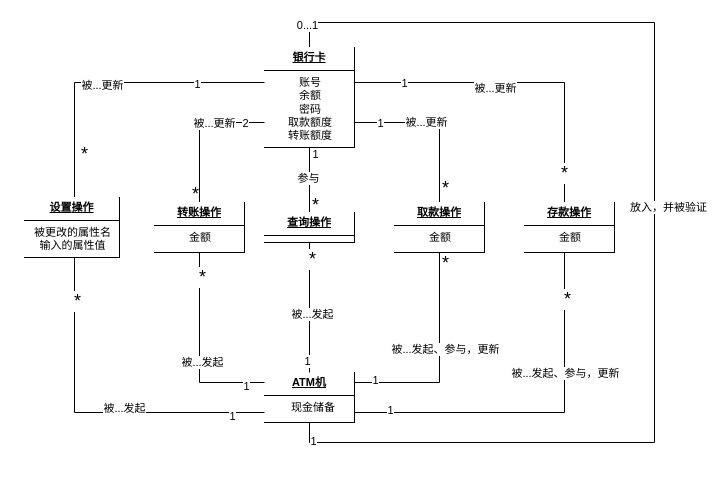
Before: page "概念类图" (2 of 5) of hw5/src/pic/Analysis.drawio in MojoisMojo/nju_-se2, a draw.io diagram. Source tidied: cells renumbered, new cells numbered last; positions are measured from the earlier drawing's top-left corner, leaving out a move shared by most shapes. Both pictures are drawn from the tidied source at 100%, with x=0, y=0 at pixel (24, 22).
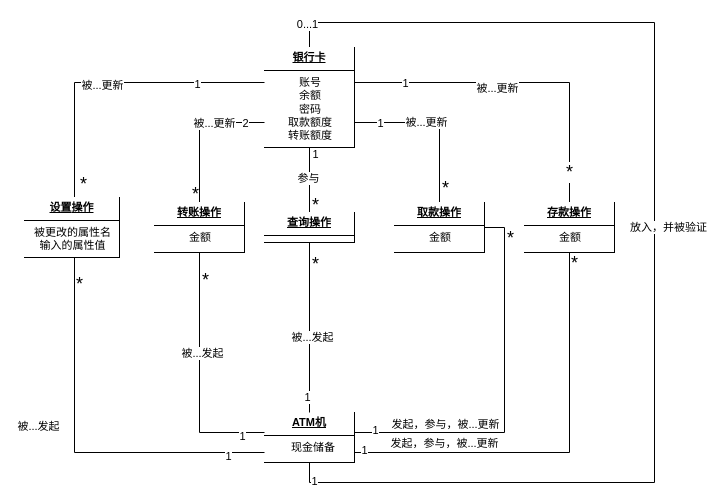
Above is the later version.

The change refers to these unchanged cells:
```xml
<mxCell id="7" value="&lt;p style=&quot;margin: 4px 0px 0px; text-decoration: underline;&quot;&gt;&lt;b&gt;银行卡&lt;/b&gt;&lt;/p&gt;&lt;hr size=&quot;1&quot; style=&quot;text-align: left; border-style: solid;&quot;&gt;&lt;p style=&quot;margin: 0px 0px 0px 8px;&quot;&gt;账号&amp;nbsp;&amp;nbsp;&lt;/p&gt;&lt;p style=&quot;margin: 0px 0px 0px 8px;&quot;&gt;&lt;span style=&quot;&quot;&gt;余额&amp;nbsp;&amp;nbsp;&lt;/span&gt;&lt;/p&gt;&lt;p style=&quot;margin: 0px 0px 0px 8px;&quot;&gt;&lt;span style=&quot;&quot;&gt;密码&amp;nbsp;&amp;nbsp;&lt;/span&gt;&lt;/p&gt;&lt;p style=&quot;margin: 0px 0px 0px 8px;&quot;&gt;&lt;span style=&quot;&quot;&gt;取款额度&amp;nbsp;&amp;nbsp;&lt;br&gt;&lt;/span&gt;&lt;/p&gt;&lt;p style=&quot;margin: 0px 0px 0px 8px;&quot;&gt;&lt;span style=&quot;&quot;&gt;转账额度&amp;nbsp;&amp;nbsp;&lt;/span&gt;&lt;/p&gt;" style="verticalAlign=top;align=center;overflow=fill;html=1;whiteSpace=wrap;fontFamily=Helvetica;fontSize=11;fontColor=default;labelBackgroundColor=default;" parent="1" vertex="1">
  <mxGeometry x="240" y="25" width="90" height="100" as="geometry" />
</mxCell>
<mxCell id="16" value="&lt;p style=&quot;text-decoration-line: underline; margin: 4px 0px 0px;&quot;&gt;&lt;b&gt;存款操作&lt;/b&gt;&lt;/p&gt;&lt;hr style=&quot;text-align: left; border-style: solid;&quot; size=&quot;1&quot;&gt;&lt;p style=&quot;margin: 0px 0px 0px 8px;&quot;&gt;金额&amp;nbsp;&amp;nbsp;&lt;/p&gt;" style="verticalAlign=top;align=center;overflow=fill;html=1;whiteSpace=wrap;fontFamily=Helvetica;fontSize=11;fontColor=default;labelBackgroundColor=default;" parent="1" vertex="1">
  <mxGeometry x="500" y="180" width="90" height="50" as="geometry" />
</mxCell>
<mxCell id="25" value="&lt;p style=&quot;text-decoration-line: underline; margin: 4px 0px 0px;&quot;&gt;&lt;b&gt;取款&lt;/b&gt;&lt;b&gt;操作&lt;br&gt;&lt;/b&gt;&lt;/p&gt;&lt;hr style=&quot;text-align: left; border-style: solid;&quot; size=&quot;1&quot;&gt;&lt;p style=&quot;margin: 0px 0px 0px 8px;&quot;&gt;金额&amp;nbsp;&amp;nbsp;&lt;/p&gt;" style="verticalAlign=top;align=center;overflow=fill;html=1;whiteSpace=wrap;fontFamily=Helvetica;fontSize=11;fontColor=default;labelBackgroundColor=default;" parent="1" vertex="1">
  <mxGeometry x="370" y="180" width="90" height="50" as="geometry" />
</mxCell>
<mxCell id="30" value="&lt;p style=&quot;text-decoration-line: underline; margin: 4px 0px 0px;&quot;&gt;&lt;b&gt;转账&lt;/b&gt;&lt;b&gt;操作&lt;/b&gt;&lt;/p&gt;&lt;hr style=&quot;text-align: left; border-style: solid;&quot; size=&quot;1&quot;&gt;&lt;p style=&quot;margin: 0px 0px 0px 8px;&quot;&gt;金额&amp;nbsp;&amp;nbsp;&lt;/p&gt;" style="verticalAlign=top;align=center;overflow=fill;html=1;whiteSpace=wrap;fontFamily=Helvetica;fontSize=11;fontColor=default;labelBackgroundColor=default;" parent="1" vertex="1">
  <mxGeometry x="130" y="180" width="90" height="50" as="geometry" />
</mxCell>
<mxCell id="31" style="edgeStyle=orthogonalEdgeStyle;rounded=0;jettySize=auto;html=1;strokeColor=default;align=center;verticalAlign=middle;fontFamily=Helvetica;fontSize=11;fontColor=default;labelBackgroundColor=default;endArrow=none;endFill=0;" parent="1" edge="1" source="35" target="7">
  <mxGeometry relative="1" as="geometry">
    <Array as="points">
      <mxPoint x="50" y="60" />
    </Array>
  </mxGeometry>
</mxCell>
<mxCell id="35" value="&lt;p style=&quot;text-decoration-line: underline; margin: 4px 0px 0px;&quot;&gt;&lt;b&gt;设置&lt;/b&gt;&lt;b&gt;操作&lt;/b&gt;&lt;/p&gt;&lt;hr style=&quot;text-align: left; border-style: solid;&quot; size=&quot;1&quot;&gt;&lt;p style=&quot;margin: 0px 0px 0px 8px;&quot;&gt;被更改的属性名&amp;nbsp;&amp;nbsp;&lt;/p&gt;&lt;p style=&quot;margin: 0px 0px 0px 8px;&quot;&gt;输入的属性值&amp;nbsp;&amp;nbsp;&lt;/p&gt;" style="verticalAlign=top;align=center;overflow=fill;html=1;whiteSpace=wrap;fontFamily=Helvetica;fontSize=11;fontColor=default;labelBackgroundColor=default;" parent="1" vertex="1">
  <mxGeometry y="175" width="95" height="60" as="geometry" />
</mxCell>
<mxCell id="41" style="edgeStyle=none;rounded=0;jettySize=auto;html=1;strokeColor=default;align=center;verticalAlign=middle;fontFamily=Helvetica;fontSize=11;fontColor=default;labelBackgroundColor=default;endArrow=none;endFill=0;" parent="1" edge="1" source="2" target="40">
  <mxGeometry relative="1" as="geometry" />
</mxCell>
```

The edit, as a diff of the source:
```diff
@@
     <mxCell id="2" value="&lt;p style=&quot;margin: 4px 0px 0px; text-decoration: underline;&quot;&gt;&lt;b&gt;ATM机&lt;/b&gt;&lt;/p&gt;&lt;hr size=&quot;1&quot; style=&quot;text-align: left; border-style: solid;&quot;&gt;&lt;p style=&quot;margin: 0px 0px 0px 8px;&quot;&gt;现金储备&lt;br&gt;&lt;/p&gt;" style="verticalAlign=top;align=center;overflow=fill;html=1;whiteSpace=wrap;fontFamily=Helvetica;fontSize=11;fontColor=default;labelBackgroundColor=default;" parent="1" vertex="1">
-      <mxGeometry x="240" y="350" width="90" height="50" as="geometry" />
+      <mxGeometry x="240" y="390" width="90" height="50" as="geometry" />
     </mxCell>
     <mxCell id="3" style="edgeStyle=orthogonalEdgeStyle;rounded=0;jettySize=auto;html=1;strokeColor=default;align=center;verticalAlign=middle;fontFamily=Helvetica;fontSize=11;fontColor=default;labelBackgroundColor=default;endArrow=none;endFill=0;" parent="1" edge="1" source="7" target="2">
       <mxGeometry relative="1" as="geometry">
         <Array as="points">
           <mxPoint x="285" />
           <mxPoint x="630" />
-          <mxPoint x="630" y="420" />
-          <mxPoint x="285" y="420" />
+          <mxPoint x="630" y="460" />
+          <mxPoint x="285" y="460" />
         </Array>
       </mxGeometry>
     </mxCell>
@@
     <mxCell id="8" style="edgeStyle=orthogonalEdgeStyle;rounded=0;jettySize=auto;html=1;strokeColor=default;align=center;verticalAlign=middle;fontFamily=Helvetica;fontSize=11;fontColor=default;labelBackgroundColor=default;endArrow=none;endFill=0;" parent="1" edge="1" source="7" target="16">
       <mxGeometry relative="1" as="geometry">
         <Array as="points">
-          <mxPoint x="540" y="60" />
+          <mxPoint x="545" y="60" />
         </Array>
       </mxGeometry>
     </mxCell>
@@
     <mxCell id="12" style="edgeStyle=orthogonalEdgeStyle;rounded=0;jettySize=auto;html=1;strokeColor=default;align=center;verticalAlign=middle;fontFamily=Helvetica;fontSize=11;fontColor=default;labelBackgroundColor=default;endArrow=none;endFill=0;" parent="1" edge="1" source="2" target="16">
       <mxGeometry relative="1" as="geometry">
         <Array as="points">
-          <mxPoint x="540" y="390" />
+          <mxPoint x="545" y="430" />
         </Array>
       </mxGeometry>
     </mxCell>
-    <mxCell id="13" value="被...发起、参与，更新" style="edgeLabel;html=1;align=center;verticalAlign=middle;fontFamily=Helvetica;fontSize=11;fontColor=default;labelBackgroundColor=default;" parent="12" vertex="1">
+    <mxCell id="13" value="发起，参与，被...更新" style="edgeLabel;html=1;align=center;verticalAlign=middle;fontFamily=Helvetica;fontSize=11;fontColor=default;labelBackgroundColor=default;" parent="12" vertex="1">
       <mxGeometry x="-0.17" relative="1" as="geometry">
-        <mxPoint x="56" y="-40" as="offset" />
+        <mxPoint x="-83" y="-10" as="offset" />
       </mxGeometry>
     </mxCell>
     <mxCell id="14" value="1" style="edgeLabel;html=1;align=center;verticalAlign=middle;fontFamily=Helvetica;fontSize=11;fontColor=default;labelBackgroundColor=default;" parent="12" vertex="1">
-      <mxGeometry x="-0.81" y="3" relative="1" as="geometry" />
+      <mxGeometry x="-0.81" y="3" relative="1" as="geometry">
+        <mxPoint x="-30" as="offset" />
+      </mxGeometry>
     </mxCell>
     <mxCell id="15" value="&lt;font style=&quot;font-size: 18px;&quot;&gt;*&lt;/font&gt;" style="edgeLabel;html=1;align=center;verticalAlign=middle;fontFamily=Helvetica;fontSize=11;fontColor=default;labelBackgroundColor=default;" parent="12" vertex="1">
-      <mxGeometry x="0.75" y="-2" relative="1" as="geometry" />
+      <mxGeometry x="0.75" y="-2" relative="1" as="geometry">
+        <mxPoint x="2" y="-42" as="offset" />
+      </mxGeometry>
     </mxCell>
@@
     <mxCell id="21" style="rounded=0;jettySize=auto;html=1;strokeColor=default;align=center;verticalAlign=middle;fontFamily=Helvetica;fontSize=11;fontColor=default;labelBackgroundColor=default;endArrow=none;endFill=0;edgeStyle=orthogonalEdgeStyle;" parent="1" edge="1" source="2" target="25">
       <mxGeometry relative="1" as="geometry">
         <Array as="points">
-          <mxPoint x="415" y="360" />
+          <mxPoint x="480" y="410" />
+          <mxPoint x="480" y="205" />
         </Array>
       </mxGeometry>
     </mxCell>
-    <mxCell id="22" value="被...发起、参与，更新" style="edgeLabel;html=1;align=center;verticalAlign=middle;fontFamily=Helvetica;fontSize=11;fontColor=default;labelBackgroundColor=default;" parent="21" vertex="1">
+    <mxCell id="22" value="发起，参与，被...更新" style="edgeLabel;html=1;align=center;verticalAlign=middle;fontFamily=Helvetica;fontSize=11;fontColor=default;labelBackgroundColor=default;" parent="21" vertex="1">
       <mxGeometry x="-0.17" relative="1" as="geometry">
-        <mxPoint x="5" y="-30" as="offset" />
+        <mxPoint x="-60" y="-3" as="offset" />
       </mxGeometry>
     </mxCell>
     <mxCell id="23" value="1" style="edgeLabel;html=1;align=center;verticalAlign=middle;fontFamily=Helvetica;fontSize=11;fontColor=default;labelBackgroundColor=default;" parent="21" vertex="1">
-      <mxGeometry x="-0.81" y="3" relative="1" as="geometry" />
+      <mxGeometry x="-0.81" y="3" relative="1" as="geometry">
+        <mxPoint x="-16" as="offset" />
+      </mxGeometry>
     </mxCell>
@@
     <mxCell id="33" value="&lt;font style=&quot;font-size: 18px;&quot;&gt;*&lt;/font&gt;" style="edgeLabel;html=1;align=center;verticalAlign=middle;fontFamily=Helvetica;fontSize=11;fontColor=default;labelBackgroundColor=default;" parent="31" vertex="1">
       <mxGeometry x="-0.69" relative="1" as="geometry">
-        <mxPoint x="9" y="3" as="offset" />
+        <mxPoint x="8" y="33" as="offset" />
       </mxGeometry>
     </mxCell>
@@
     <mxCell id="44" value="&lt;font style=&quot;font-size: 18px;&quot;&gt;*&lt;/font&gt;" style="edgeLabel;html=1;align=center;verticalAlign=middle;fontFamily=Helvetica;fontSize=11;fontColor=default;labelBackgroundColor=default;" parent="41" vertex="1">
-      <mxGeometry x="0.75" y="-2" relative="1" as="geometry" />
+      <mxGeometry x="0.75" y="-2" relative="1" as="geometry">
+        <mxPoint x="3" as="offset" />
+      </mxGeometry>
     </mxCell>
     <mxCell id="45" style="edgeStyle=orthogonalEdgeStyle;rounded=0;jettySize=auto;html=1;strokeColor=default;align=center;verticalAlign=middle;fontFamily=Helvetica;fontSize=11;fontColor=default;labelBackgroundColor=default;endArrow=none;endFill=0;" parent="1" edge="1" source="2" target="35">
       <mxGeometry relative="1" as="geometry">
         <Array as="points">
-          <mxPoint x="50" y="390" />
+          <mxPoint x="50" y="430" />
         </Array>
       </mxGeometry>
     </mxCell>
     <mxCell id="46" value="被...发起" style="edgeLabel;html=1;align=center;verticalAlign=middle;fontFamily=Helvetica;fontSize=11;fontColor=default;labelBackgroundColor=default;" parent="45" vertex="1">
       <mxGeometry x="-0.17" relative="1" as="geometry">
-        <mxPoint x="2" y="-5" as="offset" />
+        <mxPoint x="-67" y="-27" as="offset" />
       </mxGeometry>
     </mxCell>
@@
     <mxCell id="48" value="&lt;font style=&quot;font-size: 18px;&quot;&gt;*&lt;/font&gt;" style="edgeLabel;html=1;align=center;verticalAlign=middle;fontFamily=Helvetica;fontSize=11;fontColor=default;labelBackgroundColor=default;" parent="45" vertex="1">
-      <mxGeometry x="0.75" y="-2" relative="1" as="geometry" />
+      <mxGeometry x="0.75" y="-2" relative="1" as="geometry">
+        <mxPoint x="2" y="-22" as="offset" />
+      </mxGeometry>
     </mxCell>
     <mxCell id="49" style="edgeStyle=orthogonalEdgeStyle;rounded=0;jettySize=auto;html=1;strokeColor=default;align=center;verticalAlign=middle;fontFamily=Helvetica;fontSize=11;fontColor=default;labelBackgroundColor=default;endArrow=none;endFill=0;" parent="1" edge="1" source="2" target="30">
       <mxGeometry relative="1" as="geometry">
         <Array as="points">
-          <mxPoint x="175" y="360" />
+          <mxPoint x="175" y="410" />
         </Array>
       </mxGeometry>
     </mxCell>
     <mxCell id="50" value="被...发起" style="edgeLabel;html=1;align=center;verticalAlign=middle;fontFamily=Helvetica;fontSize=11;fontColor=default;labelBackgroundColor=default;" parent="49" vertex="1">
       <mxGeometry x="-0.17" relative="1" as="geometry">
-        <mxPoint x="2" y="-5" as="offset" />
+        <mxPoint x="2" y="-43" as="offset" />
       </mxGeometry>
     </mxCell>
@@
     <mxCell id="52" value="&lt;font style=&quot;font-size: 18px;&quot;&gt;*&lt;/font&gt;" style="edgeLabel;html=1;align=center;verticalAlign=middle;fontFamily=Helvetica;fontSize=11;fontColor=default;labelBackgroundColor=default;" parent="49" vertex="1">
-      <mxGeometry x="0.75" y="-2" relative="1" as="geometry" />
+      <mxGeometry x="0.75" y="-2" relative="1" as="geometry">
+        <mxPoint x="3" y="-4" as="offset" />
+      </mxGeometry>
     </mxCell>
```
